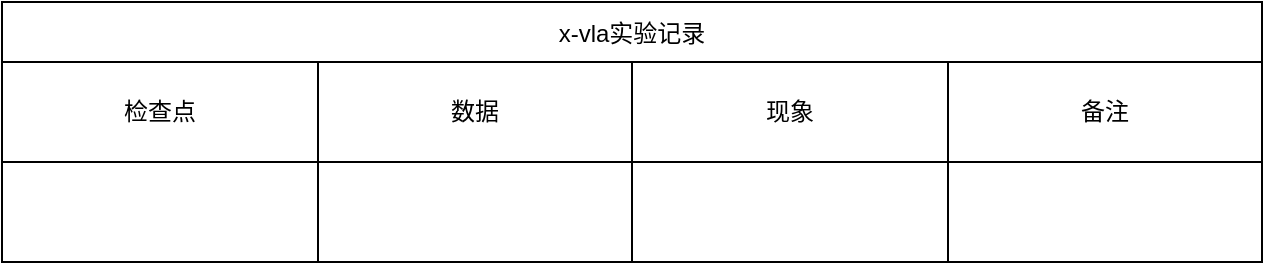
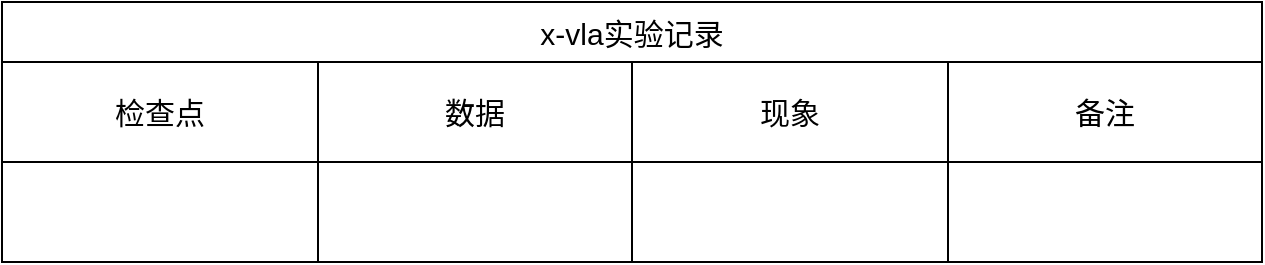
<mxfile host="app.diagrams.net">
  <diagram name="第 1 页" id="bbv3KnApaKkcxtFHJsaO">
    <mxGraphModel dx="1344" dy="764" grid="1" gridSize="10" guides="1" tooltips="1" connect="1" arrows="1" fold="1" page="1" pageScale="1" pageWidth="827" pageHeight="1169" math="0" shadow="0">
      <root>
        <mxCell id="0" />
        <mxCell id="1" parent="0" />
-         <mxCell id="XuZmM4o7l536D6S7MHI1-1" parent="1" style="shape=table;startSize=30;container=1;collapsible=0;childLayout=tableLayout;fixedHeader=1;" value="x-vla实验记录" vertex="1">
+         <mxCell id="XuZmM4o7l536D6S7MHI1-1" parent="1" style="shape=table;startSize=30;container=1;collapsible=0;childLayout=tableLayout;fixedHeader=1;fontSize=15;" value="x-vla实验记录" vertex="1">
          <mxGeometry height="130" width="630" x="120" y="120" as="geometry" />
        </mxCell>
        <mxCell id="XuZmM4o7l536D6S7MHI1-2" parent="XuZmM4o7l536D6S7MHI1-1" style="shape=tableRow;horizontal=0;startSize=0;swimlaneHead=0;swimlaneBody=0;strokeColor=inherit;top=0;left=0;bottom=0;right=0;collapsible=0;dropTarget=0;fillColor=none;points=[[0,0.5],[1,0.5]];portConstraint=eastwest;fixedHeader=1;" value="" vertex="1">
          <mxGeometry height="50" width="630" y="30" as="geometry" />
        </mxCell>
-         <mxCell id="XuZmM4o7l536D6S7MHI1-3" parent="XuZmM4o7l536D6S7MHI1-2" style="shape=partialRectangle;html=1;whiteSpace=wrap;connectable=0;strokeColor=inherit;overflow=hidden;fillColor=none;top=0;left=0;bottom=0;right=0;pointerEvents=1;" value="检查点" vertex="1">
+         <mxCell id="XuZmM4o7l536D6S7MHI1-3" parent="XuZmM4o7l536D6S7MHI1-2" style="shape=partialRectangle;html=1;whiteSpace=wrap;connectable=0;strokeColor=inherit;overflow=hidden;fillColor=none;top=0;left=0;bottom=0;right=0;pointerEvents=1;fontSize=15;" value="检查点" vertex="1">
          <mxGeometry height="50" width="158" as="geometry">
            <mxRectangle height="50" width="158" as="alternateBounds" />
          </mxGeometry>
        </mxCell>
-         <mxCell id="XuZmM4o7l536D6S7MHI1-4" parent="XuZmM4o7l536D6S7MHI1-2" style="shape=partialRectangle;html=1;whiteSpace=wrap;connectable=0;strokeColor=inherit;overflow=hidden;fillColor=none;top=0;left=0;bottom=0;right=0;pointerEvents=1;" value="数据" vertex="1">
+         <mxCell id="XuZmM4o7l536D6S7MHI1-4" parent="XuZmM4o7l536D6S7MHI1-2" style="shape=partialRectangle;html=1;whiteSpace=wrap;connectable=0;strokeColor=inherit;overflow=hidden;fillColor=none;top=0;left=0;bottom=0;right=0;pointerEvents=1;fontSize=15;" value="数据" vertex="1">
          <mxGeometry height="50" width="157" x="158" as="geometry">
            <mxRectangle height="50" width="157" as="alternateBounds" />
          </mxGeometry>
        </mxCell>
-         <mxCell id="XuZmM4o7l536D6S7MHI1-5" parent="XuZmM4o7l536D6S7MHI1-2" style="shape=partialRectangle;html=1;whiteSpace=wrap;connectable=0;strokeColor=inherit;overflow=hidden;fillColor=none;top=0;left=0;bottom=0;right=0;pointerEvents=1;" value="现象" vertex="1">
+         <mxCell id="XuZmM4o7l536D6S7MHI1-5" parent="XuZmM4o7l536D6S7MHI1-2" style="shape=partialRectangle;html=1;whiteSpace=wrap;connectable=0;strokeColor=inherit;overflow=hidden;fillColor=none;top=0;left=0;bottom=0;right=0;pointerEvents=1;fontSize=15;" value="现象" vertex="1">
          <mxGeometry height="50" width="158" x="315" as="geometry">
            <mxRectangle height="50" width="158" as="alternateBounds" />
          </mxGeometry>
        </mxCell>
-         <mxCell id="XuZmM4o7l536D6S7MHI1-6" parent="XuZmM4o7l536D6S7MHI1-2" style="shape=partialRectangle;html=1;whiteSpace=wrap;connectable=0;strokeColor=inherit;overflow=hidden;fillColor=none;top=0;left=0;bottom=0;right=0;pointerEvents=1;" value="备注" vertex="1">
+         <mxCell id="XuZmM4o7l536D6S7MHI1-6" parent="XuZmM4o7l536D6S7MHI1-2" style="shape=partialRectangle;html=1;whiteSpace=wrap;connectable=0;strokeColor=inherit;overflow=hidden;fillColor=none;top=0;left=0;bottom=0;right=0;pointerEvents=1;fontSize=15;" value="备注" vertex="1">
          <mxGeometry height="50" width="157" x="473" as="geometry">
            <mxRectangle height="50" width="157" as="alternateBounds" />
          </mxGeometry>
        </mxCell>
        <mxCell id="XuZmM4o7l536D6S7MHI1-7" parent="XuZmM4o7l536D6S7MHI1-1" style="shape=tableRow;horizontal=0;startSize=0;swimlaneHead=0;swimlaneBody=0;strokeColor=inherit;top=0;left=0;bottom=0;right=0;collapsible=0;dropTarget=0;fillColor=none;points=[[0,0.5],[1,0.5]];portConstraint=eastwest;fixedHeader=1;" value="" vertex="1">
          <mxGeometry height="50" width="630" y="80" as="geometry" />
        </mxCell>
        <mxCell id="XuZmM4o7l536D6S7MHI1-8" parent="XuZmM4o7l536D6S7MHI1-7" style="shape=partialRectangle;html=1;whiteSpace=wrap;connectable=0;strokeColor=inherit;overflow=hidden;fillColor=none;top=0;left=0;bottom=0;right=0;pointerEvents=1;" value="" vertex="1">
          <mxGeometry height="50" width="158" as="geometry">
            <mxRectangle height="50" width="158" as="alternateBounds" />
          </mxGeometry>
        </mxCell>
        <mxCell id="XuZmM4o7l536D6S7MHI1-9" parent="XuZmM4o7l536D6S7MHI1-7" style="shape=partialRectangle;html=1;whiteSpace=wrap;connectable=0;strokeColor=inherit;overflow=hidden;fillColor=none;top=0;left=0;bottom=0;right=0;pointerEvents=1;" value="" vertex="1">
          <mxGeometry height="50" width="157" x="158" as="geometry">
            <mxRectangle height="50" width="157" as="alternateBounds" />
          </mxGeometry>
        </mxCell>
        <mxCell id="XuZmM4o7l536D6S7MHI1-10" parent="XuZmM4o7l536D6S7MHI1-7" style="shape=partialRectangle;html=1;whiteSpace=wrap;connectable=0;strokeColor=inherit;overflow=hidden;fillColor=none;top=0;left=0;bottom=0;right=0;pointerEvents=1;" value="" vertex="1">
          <mxGeometry height="50" width="158" x="315" as="geometry">
            <mxRectangle height="50" width="158" as="alternateBounds" />
          </mxGeometry>
        </mxCell>
        <mxCell id="XuZmM4o7l536D6S7MHI1-11" parent="XuZmM4o7l536D6S7MHI1-7" style="shape=partialRectangle;html=1;whiteSpace=wrap;connectable=0;strokeColor=inherit;overflow=hidden;fillColor=none;top=0;left=0;bottom=0;right=0;pointerEvents=1;" value="" vertex="1">
          <mxGeometry height="50" width="157" x="473" as="geometry">
            <mxRectangle height="50" width="157" as="alternateBounds" />
          </mxGeometry>
        </mxCell>
      </root>
    </mxGraphModel>
  </diagram>
</mxfile>
